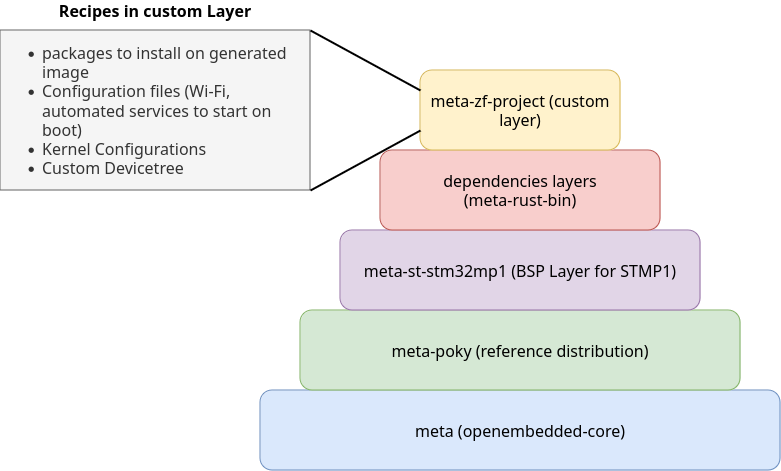
The draw.io diagram FinalPresentation-Release/assets/diagrams/layers.png in DMGDy/ECE4820-Presentation, before a commit. Source tidied: cells renumbered, new cells last; positions are measured from the earlier drawing's top-left corner, leaving out a move shared by most shapes.
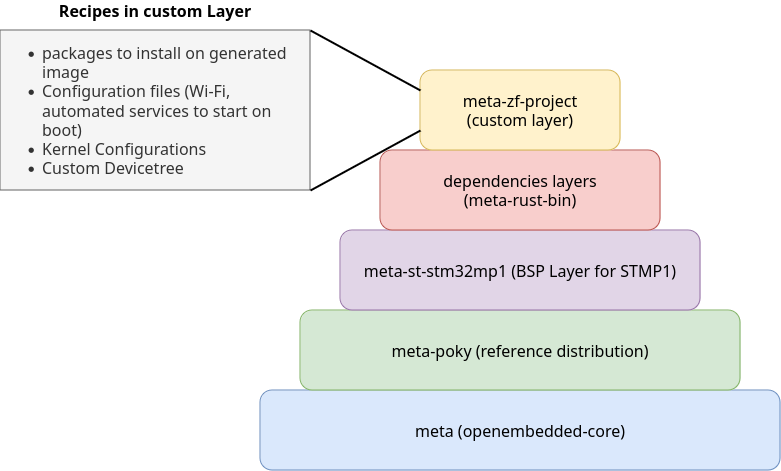
The same file after the commit.

Diff of the diagram source:
```diff
@@ -14,7 +14,7 @@
     <mxCell id="5" value="dependencies layers &lt;br style=&quot;font-size: 16px;&quot;&gt;(meta-rust-bin)" style="rounded=1;whiteSpace=wrap;html=1;fillColor=#f8cecc;strokeColor=#b85450;fontFamily=Lucida Console;fontSize=16;" parent="1" vertex="1">
       <mxGeometry x="380" y="150" width="280" height="80" as="geometry" />
     </mxCell>
-    <mxCell id="6" value="meta-zf-project (custom layer)" style="rounded=1;whiteSpace=wrap;html=1;fillColor=#fff2cc;strokeColor=#d6b656;fontFamily=Lucida Console;fontSize=16;" parent="1" vertex="1">
+    <mxCell id="6" value="meta-zf-project &lt;br&gt;(custom layer)" style="rounded=1;whiteSpace=wrap;html=1;fillColor=#fff2cc;strokeColor=#d6b656;fontFamily=Lucida Console;fontSize=16;" parent="1" vertex="1">
       <mxGeometry x="420" y="70" width="200" height="80" as="geometry" />
     </mxCell>
     <mxCell id="7" value="&lt;p style=&quot;line-height: 120%; font-size: 16px;&quot;&gt;&lt;/p&gt;&lt;div align=&quot;left&quot; style=&quot;font-size: 16px;&quot;&gt;&lt;ul style=&quot;font-size: 16px;&quot;&gt;&lt;li style=&quot;font-size: 16px;&quot;&gt;packages to install on generated image&lt;/li&gt;&lt;li style=&quot;font-size: 16px;&quot;&gt;Configuration files (Wi-Fi, automated services to start on boot)&lt;/li&gt;&lt;li style=&quot;font-size: 16px;&quot;&gt;Kernel Configurations&lt;/li&gt;&lt;li style=&quot;font-size: 16px;&quot;&gt;Custom Devicetree&lt;br style=&quot;font-size: 16px;&quot;&gt;&lt;/li&gt;&lt;/ul&gt;&lt;/div&gt;&lt;p style=&quot;font-size: 16px;&quot;&gt;&lt;/p&gt;" style="rounded=0;whiteSpace=wrap;html=1;fillColor=#f5f5f5;fontColor=#333333;strokeColor=#666666;align=left;fontFamily=Lucida Console;fontSize=16;spacingTop=0;" parent="1" vertex="1">
```
